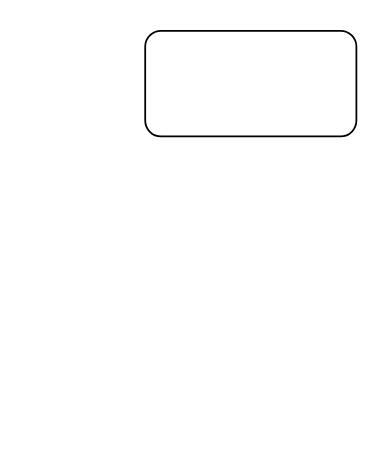
LeeBade/LiuJunQi keeps this draw.io diagram as Design/用例图/test.drawio. Above is the earlier version. Source tidied: cells renumbered, new cells numbered last; positions are measured from the earlier drawing's top-left corner, leaving out a move shared by most shapes. Both pictures are drawn from the tidied source at 176%, with x=0, y=0 at pixel (144, 30).
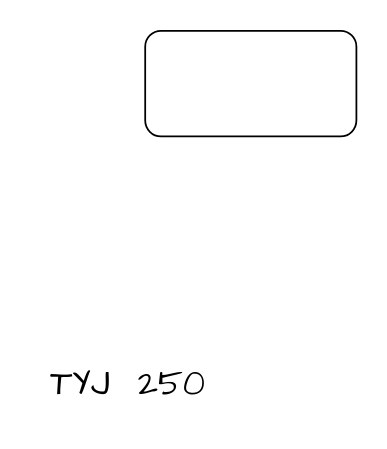
The same diagram, later.

Diff of the diagram source:
```diff
@@
 <mxGraphModel>
   <root>
     <mxCell id="0" />
     <mxCell id="1" parent="0" />
     <mxCell id="2" style="rounded=1;whiteSpace=wrap;html=1;" parent="1" vertex="1">
       <mxGeometry width="120" height="60" as="geometry" />
     </mxCell>
+    <mxCell id="3" value="TYJ&amp;nbsp; 250" style="text;html=1;align=center;verticalAlign=middle;strokeColor=none;fillColor=none;fontSize=20;fontFamily=Architects Daughter;sketch=1;hachureGap=4;jiggle=2;curveFitting=1;" parent="1" vertex="1">
+      <mxGeometry x="-65" y="180" width="110" height="40" as="geometry" />
+    </mxCell>
   </root>
 </mxGraphModel>
```
